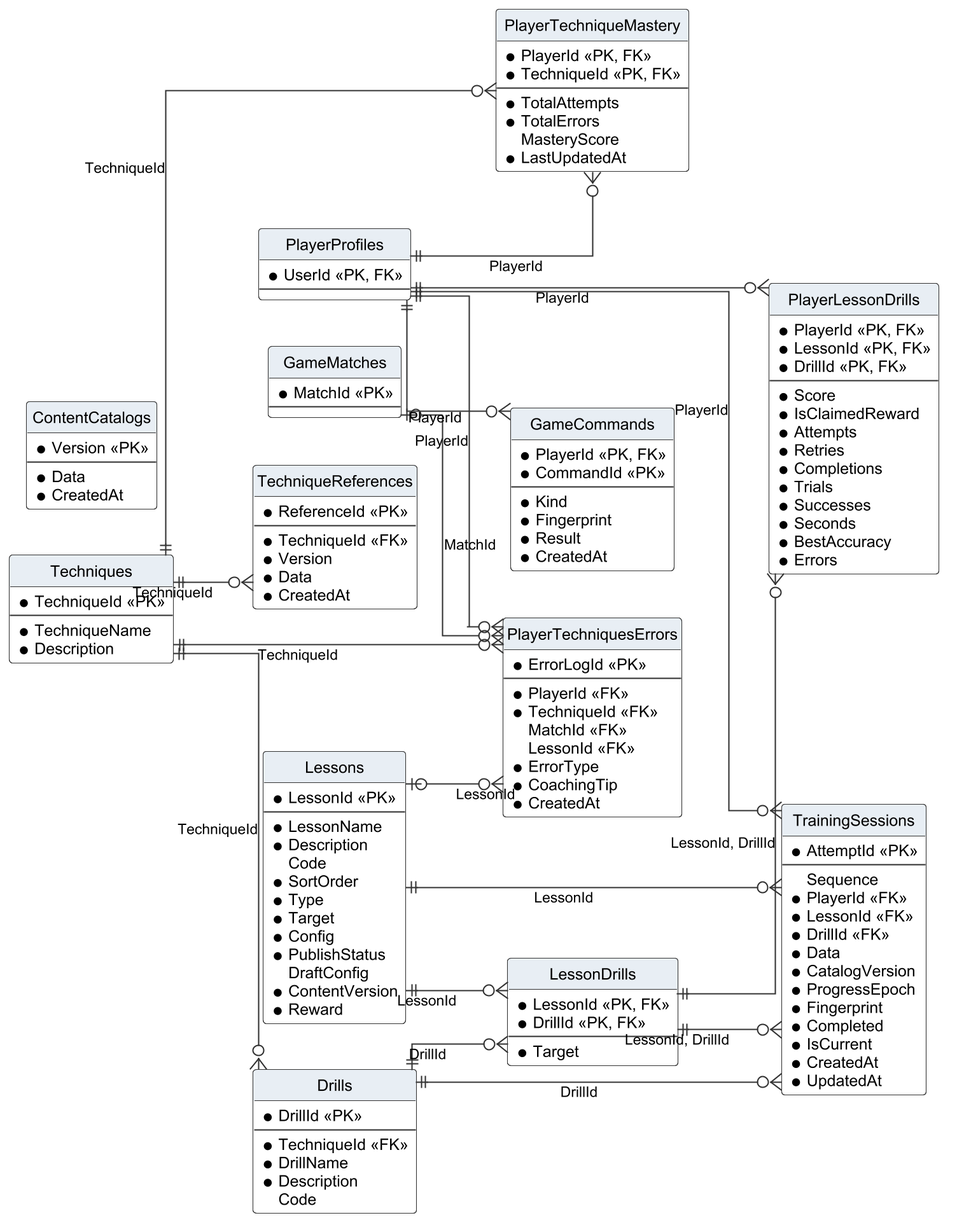
Earlier version of the PlantUML export Doc/Project_report/Report/diagrams/png/r4_lerd_training.png (Tad-Min/PickleVerse). The source it was exported from:
```plantuml
@startuml r4_lerd_training
!include _style.iuml
hide circle
hide empty members
skinparam linetype ortho
left to right direction
entity "Techniques" as Techniques {
  * TechniqueId <<PK>>
  --
  * TechniqueName
  * Description
}
entity "TechniqueReferences" as TechniqueReferences {
  * ReferenceId <<PK>>
  --
  * TechniqueId <<FK>>
  * Version
  * Data
  * CreatedAt
}
entity "Lessons" as Lessons {
  * LessonId <<PK>>
  --
  * LessonName
  * Description
  Code
  * SortOrder
  * Type
  * Target
  * Config
  * PublishStatus
  DraftConfig
  * ContentVersion
  * Reward
}
entity "Drills" as Drills {
  * DrillId <<PK>>
  --
  * TechniqueId <<FK>>
  * DrillName
  * Description
  Code
}
entity "LessonDrills" as LessonDrills {
  * LessonId <<PK, FK>>
  * DrillId <<PK, FK>>
  --
  * Target
}
entity "ContentCatalogs" as ContentCatalogs {
  * Version <<PK>>
  --
  * Data
  * CreatedAt
}
entity "PlayerLessonDrills" as PlayerLessonDrills {
  * PlayerId <<PK, FK>>
  * LessonId <<PK, FK>>
  * DrillId <<PK, FK>>
  --
  * Score
  * IsClaimedReward
  * Attempts
  * Retries
  * Completions
  * Trials
  * Successes
  * Seconds
  * BestAccuracy
  * Errors
}
entity "TrainingSessions" as TrainingSessions {
  * AttemptId <<PK>>
  --
  Sequence
  * PlayerId <<FK>>
  * LessonId <<FK>>
  * DrillId <<FK>>
  * Data
  * CatalogVersion
  * ProgressEpoch
  * Fingerprint
  * Completed
  * IsCurrent
  * CreatedAt
  * UpdatedAt
}
entity "PlayerTechniqueMastery" as PlayerTechniqueMastery {
  * PlayerId <<PK, FK>>
  * TechniqueId <<PK, FK>>
  --
  * TotalAttempts
  * TotalErrors
  MasteryScore
  * LastUpdatedAt
}
entity "PlayerTechniquesErrors" as PlayerTechniquesErrors {
  * ErrorLogId <<PK>>
  --
  * PlayerId <<FK>>
  * TechniqueId <<FK>>
  MatchId <<FK>>
  LessonId <<FK>>
  * ErrorType
  * CoachingTip
  * CreatedAt
}
entity "GameCommands" as GameCommands {
  * PlayerId <<PK, FK>>
  * CommandId <<PK>>
  --
  * Kind
  * Fingerprint
  * Result
  * CreatedAt
}
entity "PlayerProfiles" as PlayerProfiles {
  * UserId <<PK, FK>>
  --
}
entity "GameMatches" as GameMatches {
  * MatchId <<PK>>
  --
}
Techniques ||--o{ TechniqueReferences : "TechniqueId"
Techniques ||--o{ Drills : "TechniqueId"
Lessons ||--o{ LessonDrills : "LessonId"
Drills ||--o{ LessonDrills : "DrillId"
PlayerProfiles ||--o{ PlayerLessonDrills : "PlayerId"
LessonDrills ||--o{ PlayerLessonDrills : "LessonId, DrillId"
PlayerProfiles ||--o{ TrainingSessions : "PlayerId"
Lessons ||--o{ TrainingSessions : "LessonId"
Drills ||--o{ TrainingSessions : "DrillId"
LessonDrills ||--o{ TrainingSessions : "LessonId, DrillId"
PlayerProfiles ||--o{ PlayerTechniqueMastery : "PlayerId"
Techniques ||--o{ PlayerTechniqueMastery : "TechniqueId"
PlayerProfiles ||--o{ PlayerTechniquesErrors : "PlayerId"
Techniques ||--o{ PlayerTechniquesErrors : "TechniqueId"
GameMatches |o--o{ PlayerTechniquesErrors : "MatchId"
Lessons |o--o{ PlayerTechniquesErrors : "LessonId"
PlayerProfiles ||--o{ GameCommands : "PlayerId"
@enduml
```
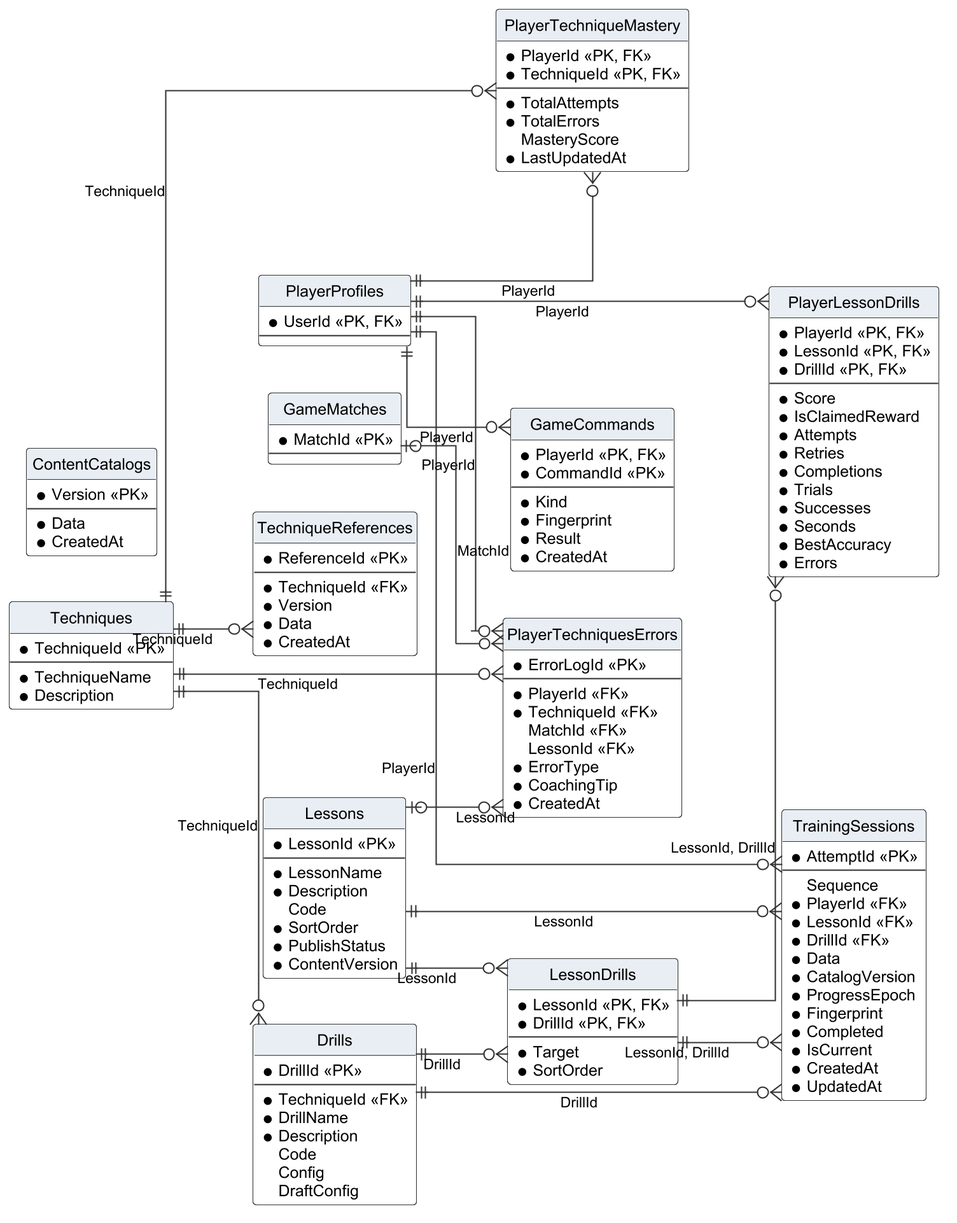
The same file after the commit.

Change to the diagram source:
```diff
@@ -25,13 +25,8 @@
   * Description
   Code
   * SortOrder
-  * Type
-  * Target
-  * Config
   * PublishStatus
-  DraftConfig
   * ContentVersion
-  * Reward
 }
 entity "Drills" as Drills {
   * DrillId <<PK>>
@@ -40,12 +35,15 @@
   * DrillName
   * Description
   Code
+  Config
+  DraftConfig
 }
 entity "LessonDrills" as LessonDrills {
   * LessonId <<PK, FK>>
   * DrillId <<PK, FK>>
   --
   * Target
+  * SortOrder
 }
 entity "ContentCatalogs" as ContentCatalogs {
   * Version <<PK>>
```
